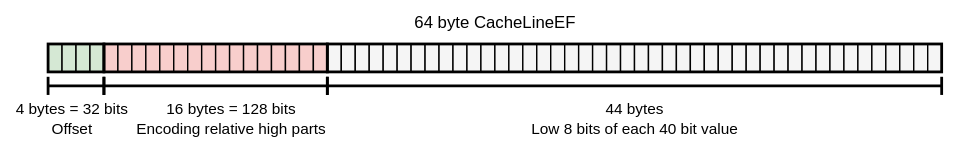
Earlier version of the draw.io export posts/ptrhash-paper/cacheline-ef.drawio.svg (RagnarGrootKoerkamp/research). Source tidied: cells renumbered, new cells last; positions are measured from the earlier drawing's top-left corner, leaving out a move shared by most shapes.
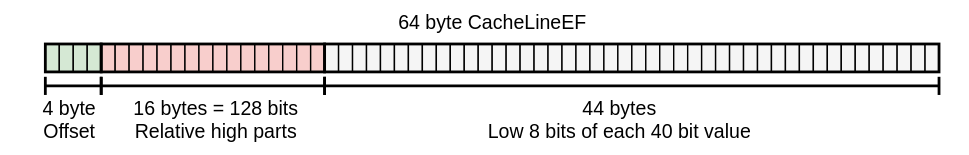
After the change.

Commit message:
ptrhash-paper: Updated figures & text based on paper version

What changed in the source:
```diff
@@ -197,14 +197,14 @@
     <mxCell id="66" style="whiteSpace=wrap;html=1;fillColor=#f5f5f5;fontColor=#333333;strokeColor=#000000;" parent="1" vertex="1">
       <mxGeometry x="663" y="30" width="10" height="20" as="geometry" />
     </mxCell>
-    <mxCell id="67" value="44 bytes&lt;br style=&quot;font-size: 11px;&quot;&gt;Low 8 bits of each 40 bit value" style="text;html=1;align=center;verticalAlign=middle;strokeColor=none;fillColor=none;fontSize=11;" parent="1" vertex="1">
-      <mxGeometry x="368" y="64" width="170" height="40" as="geometry" />
+    <mxCell id="67" value="44 bytes&lt;br style=&quot;font-size: 14px;&quot;&gt;Low 8 bits of each 40 bit value" style="text;html=1;align=center;verticalAlign=middle;strokeColor=none;fillColor=none;fontSize=14;" parent="1" vertex="1">
+      <mxGeometry x="339" y="59" width="210" height="50" as="geometry" />
     </mxCell>
-    <mxCell id="68" value="4 bytes = 32 bits&lt;br style=&quot;font-size: 11px;&quot;&gt;Offset" style="text;html=1;align=center;verticalAlign=middle;strokeColor=none;fillColor=none;fontSize=11;" parent="1" vertex="1">
-      <mxGeometry y="64" width="100" height="40" as="geometry" />
+    <mxCell id="68" value="4 byte&lt;br style=&quot;font-size: 14px;&quot;&gt;Offset" style="text;html=1;align=center;verticalAlign=middle;strokeColor=none;fillColor=none;fontSize=14;" parent="1" vertex="1">
+      <mxGeometry x="20" y="59" width="60" height="50" as="geometry" />
     </mxCell>
-    <mxCell id="69" value="16 bytes = 128 bits&lt;br style=&quot;font-size: 11px;&quot;&gt;Encoding relative high parts" style="text;html=1;align=center;verticalAlign=middle;strokeColor=none;fillColor=none;fontSize=11;" parent="1" vertex="1">
-      <mxGeometry x="84" y="64" width="160" height="40" as="geometry" />
+    <mxCell id="69" value="16 bytes = 128 bits&lt;br style=&quot;font-size: 14px;&quot;&gt;Relative high parts" style="text;html=1;align=center;verticalAlign=middle;strokeColor=none;fillColor=none;fontSize=14;" parent="1" vertex="1">
+      <mxGeometry x="85" y="59" width="140" height="50" as="geometry" />
     </mxCell>
     <mxCell id="70" style="whiteSpace=wrap;html=1;strokeColor=#000000;fillColor=none;strokeWidth=2;" parent="1" vertex="1">
       <mxGeometry x="73" y="30" width="160" height="20" as="geometry" />
@@ -215,8 +215,8 @@
     <mxCell id="72" style="whiteSpace=wrap;html=1;strokeColor=#000000;fillColor=none;strokeWidth=2;" parent="1" vertex="1">
       <mxGeometry x="233" y="30" width="440" height="20" as="geometry" />
     </mxCell>
-    <mxCell id="73" value="64 byte CacheLineEF" style="text;html=1;align=center;verticalAlign=middle;strokeColor=none;fillColor=none;" parent="1" vertex="1">
-      <mxGeometry x="283" width="140" height="30" as="geometry" />
+    <mxCell id="73" value="64 byte CacheLineEF" style="text;html=1;align=center;verticalAlign=middle;strokeColor=none;fillColor=none;fontSize=14;" parent="1" vertex="1">
+      <mxGeometry x="273" width="160" height="30" as="geometry" />
     </mxCell>
     <mxCell id="74" value="braces2" parent="0" />
     <mxCell id="75" style="endArrow=baseDash;startArrow=baseDash;html=1;rounded=0;startFill=0;endFill=0;strokeWidth=2;startSize=10;endSize=10;" parent="74" edge="1">
```
